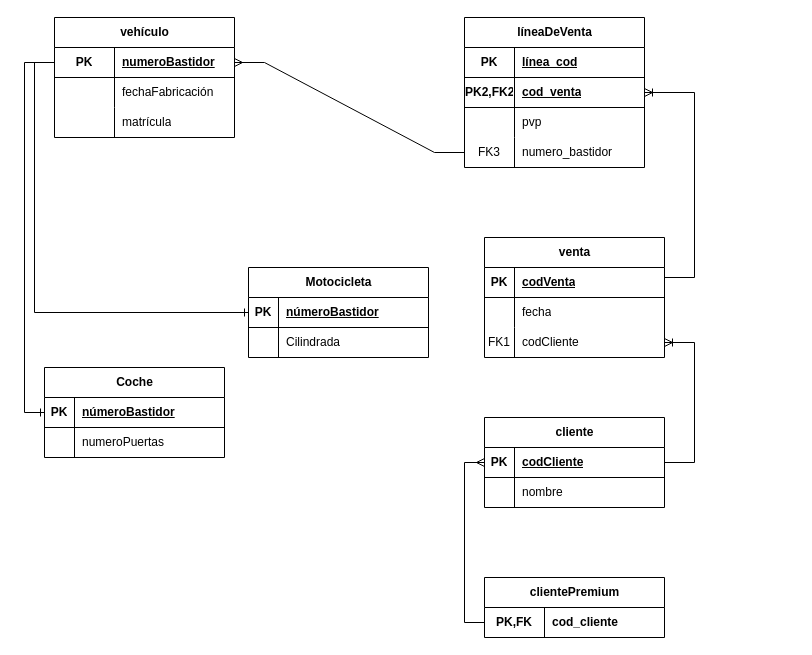
diazstdav24-ui/BDD keeps this draw.io diagram as T7/ejercicio3.drawio. Above is the earlier version. Source tidied: cells renumbered, new cells numbered last; positions are measured from the earlier drawing's top-left corner, leaving out a move shared by most shapes. Both pictures are drawn from the tidied source at 100%, with x=0, y=0 at pixel (44, 17).
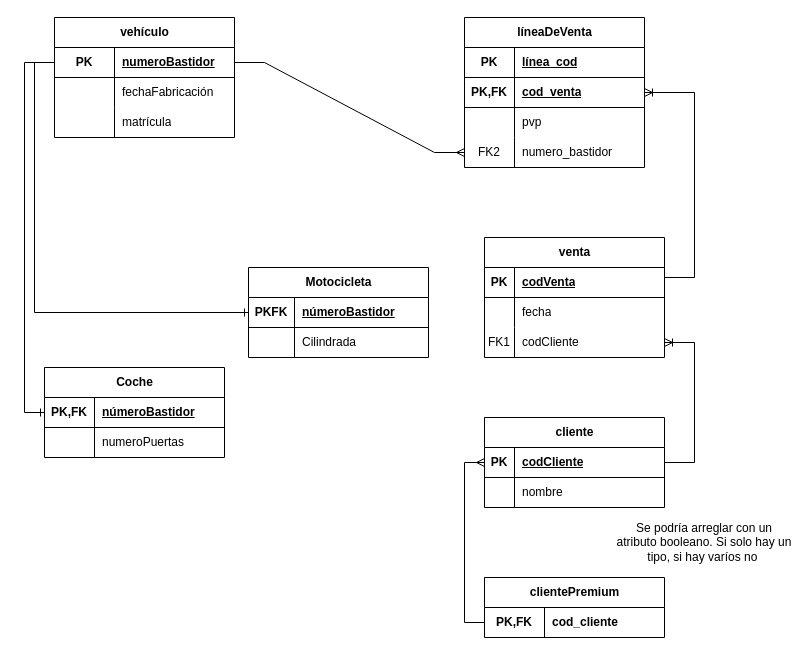
The same diagram, later.

Unchanged cells that the change refers to:
```xml
<mxCell id="3" style="shape=tableRow;horizontal=0;startSize=0;swimlaneHead=0;swimlaneBody=0;fillColor=none;points=[[0,0.5],[1,0.5]];portConstraint=eastwest;top=0;left=0;right=0;bottom=1;" parent="2" vertex="1">
  <mxGeometry y="30" width="180" height="30" as="geometry" />
</mxCell>
<mxCell id="16" style="shape=tableRow;horizontal=0;startSize=0;swimlaneHead=0;swimlaneBody=0;fillColor=none;points=[[0,0.5],[1,0.5]];portConstraint=eastwest;top=0;left=0;right=0;bottom=1;" parent="12" vertex="1">
  <mxGeometry y="60" width="180" height="30" as="geometry" />
</mxCell>
<mxCell id="22" style="shape=tableRow;horizontal=0;startSize=0;swimlaneHead=0;swimlaneBody=0;fillColor=none;points=[[0,0.5],[1,0.5]];portConstraint=eastwest;top=0;left=0;right=0;bottom=0;" parent="12" vertex="1">
  <mxGeometry y="120" width="180" height="30" as="geometry" />
</mxCell>
<mxCell id="49" style="shape=tableRow;horizontal=0;startSize=0;swimlaneHead=0;swimlaneBody=0;fillColor=none;points=[[0,0.5],[1,0.5]];portConstraint=eastwest;top=0;left=0;right=0;bottom=1;" parent="48" vertex="1">
  <mxGeometry y="30" width="180" height="30" as="geometry" />
</mxCell>
<mxCell id="52" style="shape=tableRow;horizontal=0;startSize=0;swimlaneHead=0;swimlaneBody=0;fillColor=none;top=0;left=0;right=0;bottom=0;" parent="48" vertex="1">
  <mxGeometry y="60" width="180" height="30" as="geometry" />
</mxCell>
<mxCell id="56" style="shape=tableRow;horizontal=0;startSize=0;swimlaneHead=0;swimlaneBody=0;fillColor=none;points=[[0,0.5],[1,0.5]];portConstraint=eastwest;top=0;left=0;right=0;bottom=1;" parent="55" vertex="1">
  <mxGeometry y="30" width="180" height="30" as="geometry" />
</mxCell>
<mxCell id="59" style="shape=tableRow;horizontal=0;startSize=0;swimlaneHead=0;swimlaneBody=0;fillColor=none;top=0;left=0;right=0;bottom=0;" parent="55" vertex="1">
  <mxGeometry y="60" width="180" height="30" as="geometry" />
</mxCell>
```

Diff of the diagram source:
```diff
@@
-    <mxCell id="17" value="PK2,FK2" style="shape=partialRectangle;fillColor=none;top=0;left=0;bottom=0;right=0;fontStyle=1;overflow=hidden;whiteSpace=wrap;html=1;" parent="16" vertex="1">
+    <mxCell id="17" value="PK,FK" style="shape=partialRectangle;fillColor=none;top=0;left=0;bottom=0;right=0;fontStyle=1;overflow=hidden;whiteSpace=wrap;html=1;" parent="16" vertex="1">
       <mxGeometry width="50" height="30" as="geometry" />
     </mxCell>
@@
-    <mxCell id="23" value="FK3" style="shape=partialRectangle;fillColor=none;top=0;left=0;bottom=0;right=0;overflow=hidden;whiteSpace=wrap;html=1;" parent="22" vertex="1">
+    <mxCell id="23" value="FK2" style="shape=partialRectangle;fillColor=none;top=0;left=0;bottom=0;right=0;overflow=hidden;whiteSpace=wrap;html=1;" parent="22" vertex="1">
       <mxGeometry width="50" height="30" as="geometry" />
     </mxCell>
@@
-    <mxCell id="50" value="PK" style="shape=partialRectangle;fillColor=none;top=0;left=0;bottom=0;right=0;fontStyle=1;overflow=hidden;whiteSpace=wrap;html=1;" parent="49" vertex="1">
-      <mxGeometry width="30" height="30" as="geometry" />
+    <mxCell id="50" value="PK,FK" style="shape=partialRectangle;fillColor=none;top=0;left=0;bottom=0;right=0;fontStyle=1;overflow=hidden;whiteSpace=wrap;html=1;" parent="49" vertex="1">
+      <mxGeometry width="50" height="30" as="geometry" />
     </mxCell>
     <mxCell id="51" value="númeroBastidor" style="shape=partialRectangle;fillColor=none;top=0;left=0;bottom=0;right=0;align=left;spacingLeft=6;fontStyle=5;overflow=hidden;whiteSpace=wrap;html=1;" parent="49" vertex="1">
-      <mxGeometry x="30" width="150" height="30" as="geometry" />
+      <mxGeometry x="50" width="130" height="30" as="geometry" />
     </mxCell>
@@
     <mxCell id="53" style="shape=partialRectangle;fillColor=none;top=0;left=0;bottom=0;right=0;overflow=hidden;whiteSpace=wrap;html=1;" parent="52" vertex="1">
-      <mxGeometry width="30" height="30" as="geometry" />
+      <mxGeometry width="50" height="30" as="geometry" />
     </mxCell>
     <mxCell id="54" value="numeroPuertas" style="shape=partialRectangle;fillColor=none;top=0;left=0;bottom=0;right=0;align=left;spacingLeft=6;overflow=hidden;whiteSpace=wrap;html=1;" parent="52" vertex="1">
-      <mxGeometry x="30" width="150" height="30" as="geometry" />
+      <mxGeometry x="50" width="130" height="30" as="geometry" />
     </mxCell>
@@
-    <mxCell id="57" value="PK" style="shape=partialRectangle;fillColor=none;top=0;left=0;bottom=0;right=0;fontStyle=1;overflow=hidden;whiteSpace=wrap;html=1;" parent="56" vertex="1">
-      <mxGeometry width="30" height="30" as="geometry" />
+    <mxCell id="57" value="PKFK" style="shape=partialRectangle;fillColor=none;top=0;left=0;bottom=0;right=0;fontStyle=1;overflow=hidden;whiteSpace=wrap;html=1;" parent="56" vertex="1">
+      <mxGeometry width="46" height="30" as="geometry" />
     </mxCell>
     <mxCell id="58" value="númeroBastidor" style="shape=partialRectangle;fillColor=none;top=0;left=0;bottom=0;right=0;align=left;spacingLeft=6;fontStyle=5;overflow=hidden;whiteSpace=wrap;html=1;" parent="56" vertex="1">
-      <mxGeometry x="30" width="150" height="30" as="geometry" />
+      <mxGeometry x="46" width="134" height="30" as="geometry" />
     </mxCell>
@@
     <mxCell id="60" style="shape=partialRectangle;fillColor=none;top=0;left=0;bottom=0;right=0;overflow=hidden;whiteSpace=wrap;html=1;" parent="59" vertex="1">
-      <mxGeometry width="30" height="30" as="geometry" />
+      <mxGeometry width="46" height="30" as="geometry" />
     </mxCell>
     <mxCell id="61" value="Cilindrada" style="shape=partialRectangle;fillColor=none;top=0;left=0;bottom=0;right=0;align=left;spacingLeft=6;overflow=hidden;whiteSpace=wrap;html=1;" parent="59" vertex="1">
-      <mxGeometry x="30" width="150" height="30" as="geometry" />
+      <mxGeometry x="46" width="134" height="30" as="geometry" />
     </mxCell>
@@
-    <mxCell id="65" style="edgeStyle=entityRelationEdgeStyle;fontSize=12;html=1;endArrow=ERmany;rounded=0;exitX=0;exitY=0.5;exitDx=0;exitDy=0;entryX=1;entryY=0.5;entryDx=0;entryDy=0;" parent="1" edge="1" source="22" target="3">
+    <mxCell id="65" style="edgeStyle=entityRelationEdgeStyle;fontSize=12;html=1;endArrow=ERmany;rounded=0;exitX=1;exitY=0.5;exitDx=0;exitDy=0;entryX=0;entryY=0.5;entryDx=0;entryDy=0;" parent="1" edge="1" source="3" target="22">
       <mxGeometry relative="1" as="geometry" />
     </mxCell>
+    <mxCell id="66" value="Se podría arreglar con un atributo booleano. Si solo hay un tipo, si hay varíos no&amp;nbsp;" style="text;html=1;whiteSpace=wrap;strokeColor=none;fillColor=none;align=center;verticalAlign=middle;rounded=0;" parent="1" vertex="1">
+      <mxGeometry x="570" y="490" width="180" height="70" as="geometry" />
+    </mxCell>
```
